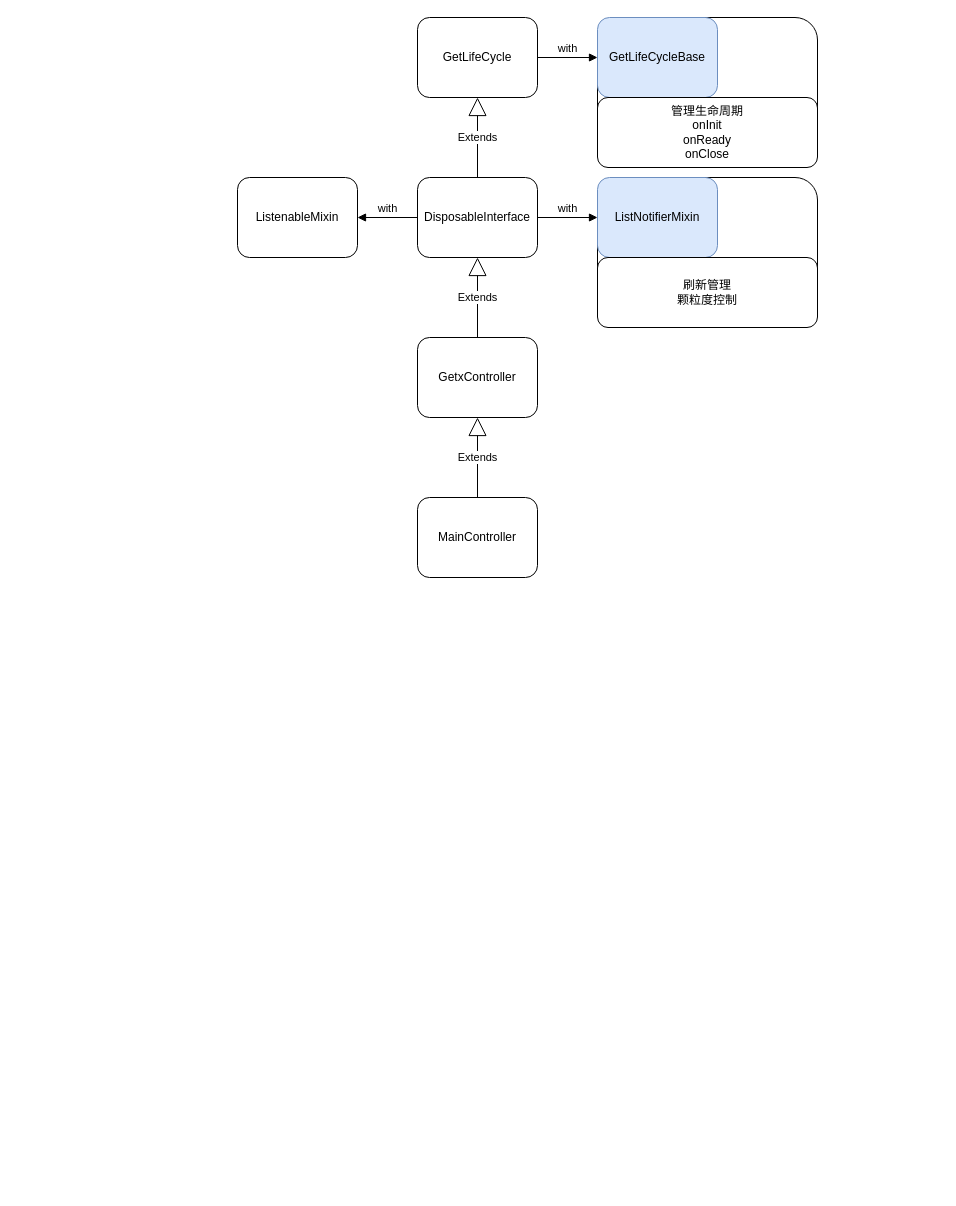
Above: draw/Get相关.drawio in Jonty1997/personal_sources (draw.io), before the change. Source tidied: cells renumbered, new cells numbered last; positions are measured from the earlier drawing's top-left corner, leaving out a move shared by most shapes. Both pictures are drawn from the tidied source at 100%, with x=0, y=0 at pixel (237, 17).
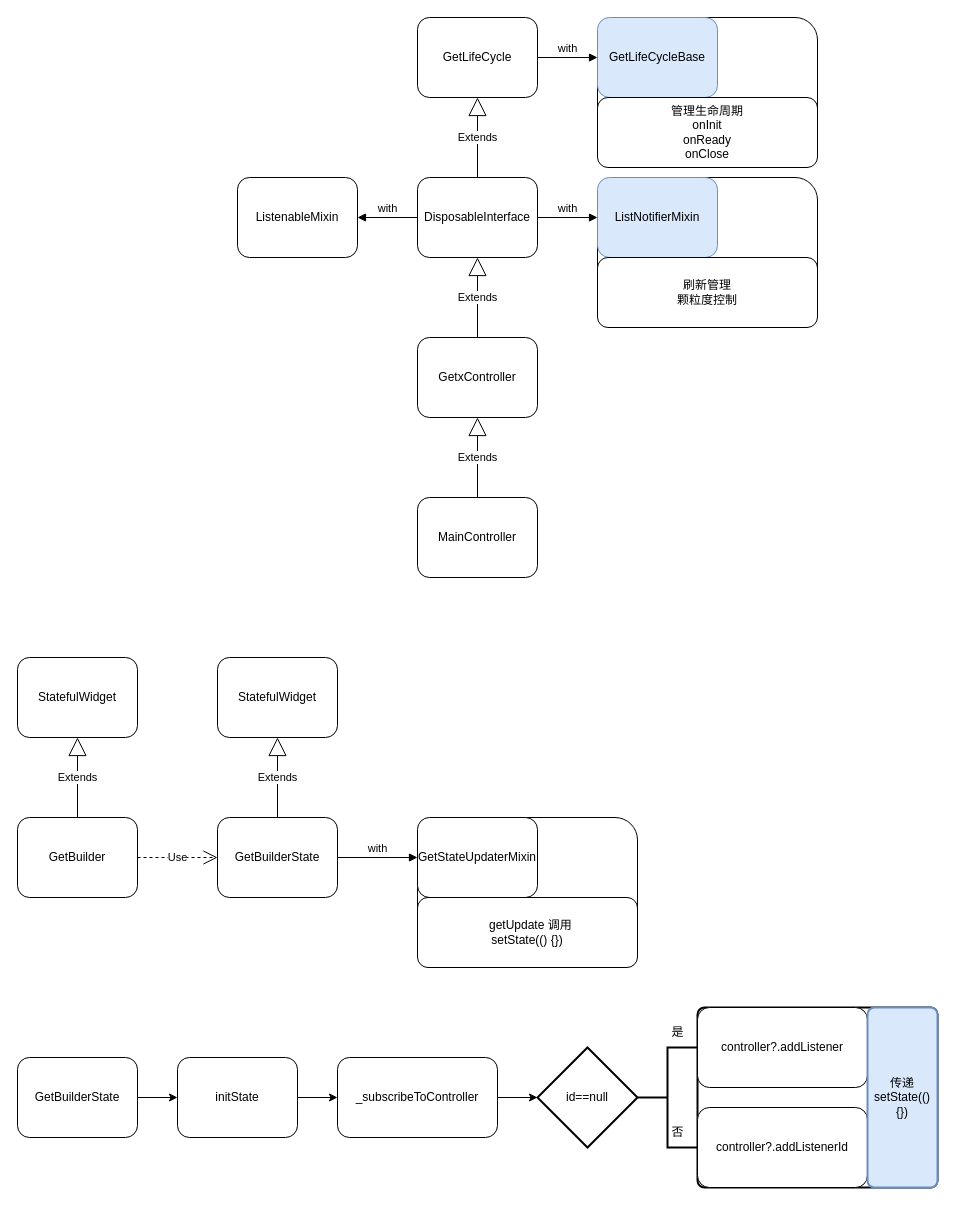
The same page after the edit.

Diff of the diagram source:
```diff
@@
+    <mxCell id="19" style="rounded=1;whiteSpace=wrap;html=1;absoluteArcSize=1;arcSize=14;strokeWidth=2;" parent="1" vertex="1">
+      <mxGeometry x="460" y="990" width="240" height="180" as="geometry" />
+    </mxCell>
+    <mxCell id="20" style="rounded=1;whiteSpace=wrap;html=1;" parent="1" vertex="1">
+      <mxGeometry x="180" y="800" width="220" height="150" as="geometry" />
+    </mxCell>
@@
+    <mxCell id="21" value="GetBuilder" style="rounded=1;whiteSpace=wrap;html=1;" parent="1" vertex="1">
+      <mxGeometry x="-220" y="800" width="120" height="80" as="geometry" />
+    </mxCell>
+    <mxCell id="22" value="StatefulWidget" style="rounded=1;whiteSpace=wrap;html=1;" parent="1" vertex="1">
+      <mxGeometry x="-220" y="640" width="120" height="80" as="geometry" />
+    </mxCell>
+    <mxCell id="23" value="Extends" style="endArrow=block;endSize=16;endFill=0;html=1;rounded=0;entryX=0.5;entryY=1;entryDx=0;entryDy=0;exitX=0.5;exitY=0;exitDx=0;exitDy=0;" parent="1" edge="1" source="21" target="22">
+      <mxGeometry relative="1" as="geometry" />
+    </mxCell>
+    <mxCell id="24" value="Use" style="endArrow=open;endSize=12;dashed=1;html=1;rounded=0;exitX=1;exitY=0.5;exitDx=0;exitDy=0;entryX=0;entryY=0.5;entryDx=0;entryDy=0;" parent="1" edge="1" source="21" target="25">
+      <mxGeometry relative="1" as="geometry" />
+    </mxCell>
+    <mxCell id="25" value="GetBuilderState" style="rounded=1;whiteSpace=wrap;html=1;" parent="1" vertex="1">
+      <mxGeometry x="-20" y="800" width="120" height="80" as="geometry" />
+    </mxCell>
+    <mxCell id="26" value="StatefulWidget" style="rounded=1;whiteSpace=wrap;html=1;" parent="1" vertex="1">
+      <mxGeometry x="-20" y="640" width="120" height="80" as="geometry" />
+    </mxCell>
+    <mxCell id="27" value="Extends" style="endArrow=block;endSize=16;endFill=0;html=1;rounded=0;entryX=0.5;entryY=1;entryDx=0;entryDy=0;exitX=0.5;exitY=0;exitDx=0;exitDy=0;exitPerimeter=0;" parent="1" edge="1" source="25" target="26">
+      <mxGeometry relative="1" as="geometry" />
+    </mxCell>
+    <mxCell id="28" value="with" style="html=1;verticalAlign=bottom;endArrow=block;curved=0;rounded=0;entryX=0;entryY=0.5;entryDx=0;entryDy=0;exitX=1;exitY=0.5;exitDx=0;exitDy=0;" parent="1" edge="1" source="25" target="29">
+      <mxGeometry relative="1" as="geometry" />
+    </mxCell>
+    <mxCell id="29" value="GetStateUpdaterMixin" style="rounded=1;whiteSpace=wrap;html=1;" parent="1" vertex="1">
+      <mxGeometry x="180" y="800" width="120" height="80" as="geometry" />
+    </mxCell>
+    <mxCell id="30" value="&lt;div&gt;&lt;div&gt;&amp;nbsp;&amp;nbsp;&lt;span style=&quot;background-color: initial;&quot;&gt;getUpdate 调用&lt;br&gt;setState(() {})&lt;br&gt;&lt;/span&gt;&lt;/div&gt;&lt;/div&gt;" style="rounded=1;whiteSpace=wrap;html=1;" parent="1" vertex="1">
+      <mxGeometry x="180" y="880" width="220" height="70" as="geometry" />
+    </mxCell>
+    <mxCell id="31" style="edgeStyle=orthogonalEdgeStyle;rounded=0;jettySize=auto;html=1;exitX=1;exitY=0.5;exitDx=0;exitDy=0;entryX=0;entryY=0.5;entryDx=0;entryDy=0;" parent="1" edge="1" source="32" target="34">
+      <mxGeometry relative="1" as="geometry" />
+    </mxCell>
+    <mxCell id="32" value="GetBuilderState" style="rounded=1;whiteSpace=wrap;html=1;" parent="1" vertex="1">
+      <mxGeometry x="-220" y="1040" width="120" height="80" as="geometry" />
+    </mxCell>
+    <mxCell id="33" style="edgeStyle=orthogonalEdgeStyle;rounded=0;jettySize=auto;html=1;exitX=1;exitY=0.5;exitDx=0;exitDy=0;entryX=0;entryY=0.5;entryDx=0;entryDy=0;" parent="1" edge="1" source="34" target="35">
+      <mxGeometry relative="1" as="geometry" />
+    </mxCell>
+    <mxCell id="34" value="initState" style="rounded=1;whiteSpace=wrap;html=1;" parent="1" vertex="1">
+      <mxGeometry x="-60" y="1040" width="120" height="80" as="geometry" />
+    </mxCell>
+    <mxCell id="35" value="_subscribeToController" style="rounded=1;whiteSpace=wrap;html=1;" parent="1" vertex="1">
+      <mxGeometry x="100" y="1040" width="160" height="80" as="geometry" />
+    </mxCell>
+    <mxCell id="36" value="id==null" style="strokeWidth=2;html=1;shape=mxgraph.flowchart.decision;whiteSpace=wrap;" parent="1" vertex="1">
+      <mxGeometry x="300" y="1030" width="100" height="100" as="geometry" />
+    </mxCell>
+    <mxCell id="37" style="edgeStyle=orthogonalEdgeStyle;rounded=0;jettySize=auto;html=1;exitX=1;exitY=0.5;exitDx=0;exitDy=0;entryX=0;entryY=0.5;entryDx=0;entryDy=0;entryPerimeter=0;" parent="1" edge="1" source="35" target="36">
+      <mxGeometry relative="1" as="geometry" />
+    </mxCell>
+    <mxCell id="38" style="strokeWidth=2;html=1;shape=mxgraph.flowchart.annotation_2;align=left;labelPosition=right;" parent="1" vertex="1">
+      <mxGeometry x="400" y="1030" width="60" height="100" as="geometry" />
+    </mxCell>
+    <mxCell id="39" style="edgeStyle=orthogonalEdgeStyle;rounded=0;jettySize=auto;html=1;exitX=0;exitY=0.5;exitDx=0;exitDy=0;exitPerimeter=0;entryX=1;entryY=0.5;entryDx=0;entryDy=0;entryPerimeter=0;" parent="1" edge="1" source="38" target="36">
+      <mxGeometry relative="1" as="geometry" />
+    </mxCell>
+    <mxCell id="40" value="是" style="text;html=1;align=center;verticalAlign=middle;strokeColor=none;fillColor=none;" parent="1" vertex="1">
+      <mxGeometry x="420" y="1000" width="40" height="30" as="geometry" />
+    </mxCell>
+    <mxCell id="41" value="controller?.addListener" style="rounded=1;whiteSpace=wrap;html=1;" parent="1" vertex="1">
+      <mxGeometry x="460" y="990" width="170" height="80" as="geometry" />
+    </mxCell>
+    <mxCell id="42" value="controller?.addListenerId" style="rounded=1;whiteSpace=wrap;html=1;" parent="1" vertex="1">
+      <mxGeometry x="460" y="1090" width="170" height="80" as="geometry" />
+    </mxCell>
+    <mxCell id="43" value="否" style="text;html=1;align=center;verticalAlign=middle;strokeColor=none;fillColor=none;" parent="1" vertex="1">
+      <mxGeometry x="420" y="1100" width="40" height="30" as="geometry" />
+    </mxCell>
+    <mxCell id="44" value="传递&lt;div&gt;setState(() {})&lt;br&gt;&lt;/div&gt;" style="rounded=1;whiteSpace=wrap;html=1;absoluteArcSize=1;arcSize=14;strokeWidth=2;fillColor=#dae8fc;strokeColor=#6c8ebf;" parent="1" vertex="1">
+      <mxGeometry x="630" y="990" width="70" height="180" as="geometry" />
+    </mxCell>
```
